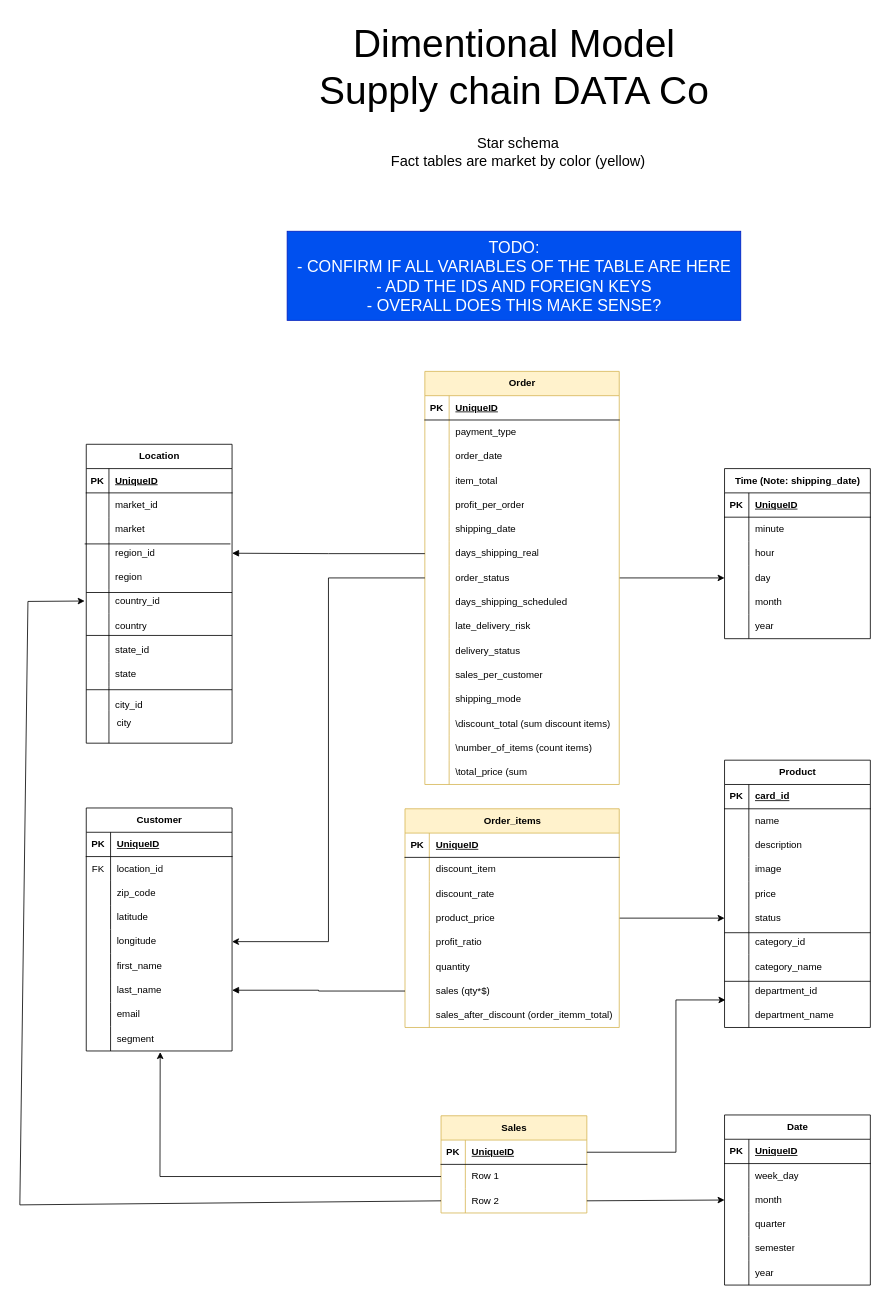
Earlier version of the draw.io diagram Model-designs/dimentional.drawio (crdsteixeira/DW_project). Source tidied: cells renumbered, new cells numbered last; positions are measured from the earlier drawing's top-left corner, leaving out a move shared by most shapes. Both pictures are drawn from the tidied source at 81%, with x=0, y=0 at pixel (19, 14).
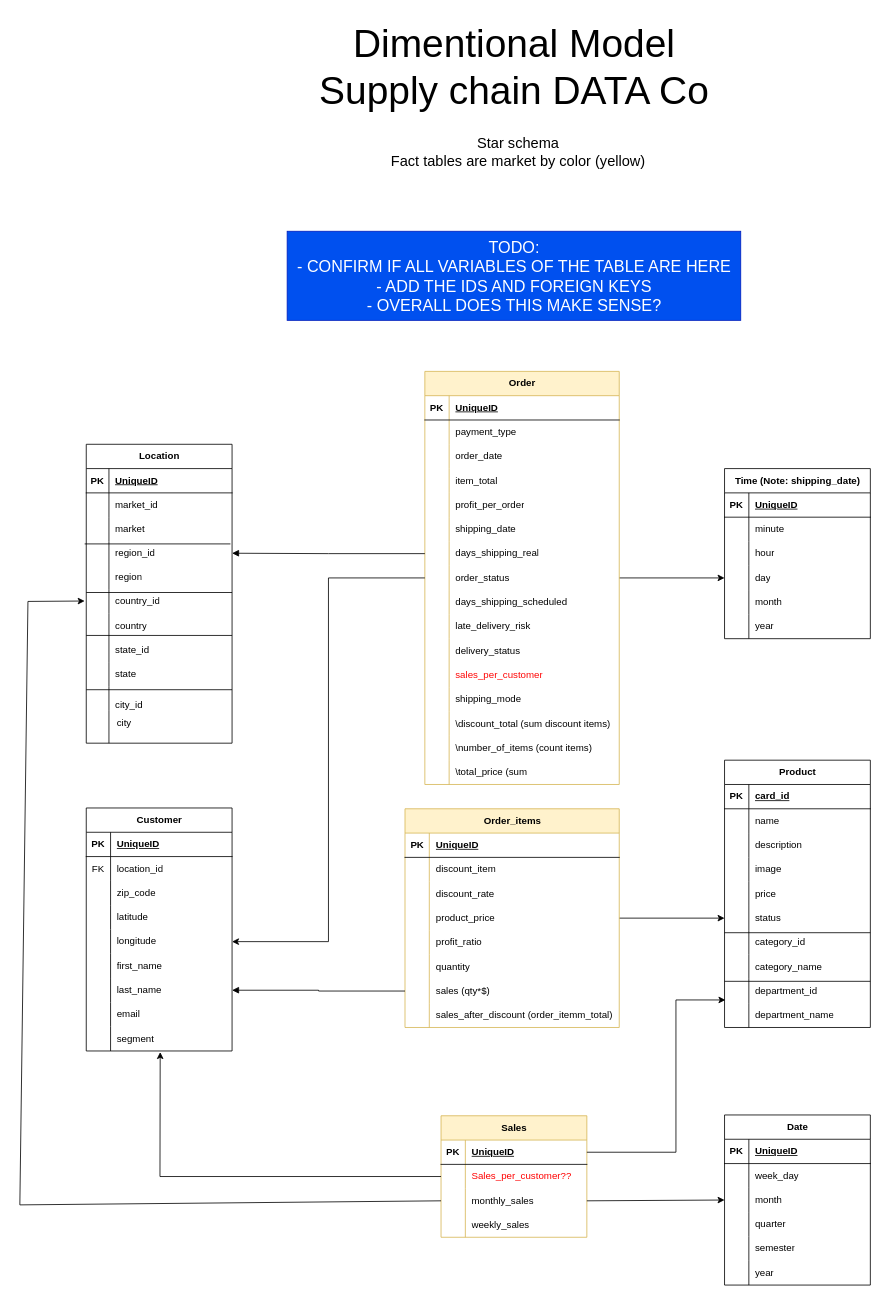
Above is the later version.

Unchanged cells that the change refers to:
```xml
<mxCell id="37" style="shape=tableRow;horizontal=0;startSize=0;swimlaneHead=0;swimlaneBody=0;fillColor=none;top=0;left=0;right=0;bottom=0;" parent="3" vertex="1">
  <mxGeometry y="360" width="240" height="30" as="geometry" />
</mxCell>
<mxCell id="82" style="shape=tableRow;horizontal=0;startSize=0;swimlaneHead=0;swimlaneBody=0;fillColor=none;points=[[0,0.5],[1,0.5]];portConstraint=eastwest;top=0;left=0;right=0;bottom=0;" parent="78" vertex="1">
  <mxGeometry y="60" width="180" height="30" as="geometry" />
</mxCell>
<mxCell id="85" style="shape=tableRow;horizontal=0;startSize=0;swimlaneHead=0;swimlaneBody=0;fillColor=none;points=[[0,0.5],[1,0.5]];portConstraint=eastwest;top=0;left=0;right=0;bottom=0;" parent="78" vertex="1">
  <mxGeometry y="90" width="180" height="30" as="geometry" />
</mxCell>
```

Change to the diagram source:
```diff
@@
-    <mxCell id="39" value="sales_per_customer" style="shape=partialRectangle;fillColor=none;top=0;left=0;bottom=0;right=0;align=left;spacingLeft=6;overflow=hidden;whiteSpace=wrap;html=1;" parent="37" vertex="1">
+    <mxCell id="39" value="&lt;font color=&quot;#ff0505&quot;&gt;sales_per_customer&lt;/font&gt;" style="shape=partialRectangle;fillColor=none;top=0;left=0;bottom=0;right=0;align=left;spacingLeft=6;overflow=hidden;whiteSpace=wrap;html=1;" parent="37" vertex="1">
       <mxGeometry x="30" width="210" height="30" as="geometry" />
     </mxCell>
@@
     <mxCell id="78" value="Sales" style="shape=table;startSize=30;childLayout=tableLayout;rowLines=0;fontStyle=1;align=center;html=1;fillColor=#fff2cc;strokeColor=#d6b656;" parent="1" vertex="1">
-      <mxGeometry x="520" y="1360" width="180" height="120" as="geometry" />
+      <mxGeometry x="520" y="1360" width="180" height="150" as="geometry" />
     </mxCell>
@@
-    <mxCell id="84" value="Row 1" style="shape=partialRectangle;fillColor=none;top=0;left=0;bottom=0;right=0;align=left;spacingLeft=6;overflow=hidden;whiteSpace=wrap;html=1;" parent="82" vertex="1">
+    <mxCell id="84" value="&lt;font color=&quot;#ff0000&quot;&gt;Sales_per_customer??&lt;/font&gt;" style="shape=partialRectangle;fillColor=none;top=0;left=0;bottom=0;right=0;align=left;spacingLeft=6;overflow=hidden;whiteSpace=wrap;html=1;" parent="82" vertex="1">
       <mxGeometry x="30" width="150" height="30" as="geometry" />
     </mxCell>
@@
-    <mxCell id="87" value="Row 2" style="shape=partialRectangle;fillColor=none;top=0;left=0;bottom=0;right=0;align=left;spacingLeft=6;overflow=hidden;whiteSpace=wrap;html=1;" parent="85" vertex="1">
+    <mxCell id="87" value="monthly_sales" style="shape=partialRectangle;fillColor=none;top=0;left=0;bottom=0;right=0;align=left;spacingLeft=6;overflow=hidden;whiteSpace=wrap;html=1;" parent="85" vertex="1">
       <mxGeometry x="30" width="150" height="30" as="geometry" />
     </mxCell>
+    <mxCell id="239" style="shape=tableRow;horizontal=0;startSize=0;swimlaneHead=0;swimlaneBody=0;fillColor=none;top=0;left=0;right=0;bottom=0;" parent="78" vertex="1">
+      <mxGeometry y="120" width="180" height="30" as="geometry" />
+    </mxCell>
+    <mxCell id="240" style="shape=partialRectangle;fillColor=none;top=0;left=0;bottom=0;right=0;overflow=hidden;whiteSpace=wrap;html=1;" parent="239" vertex="1">
+      <mxGeometry width="30" height="30" as="geometry" />
+    </mxCell>
+    <mxCell id="241" value="weekly_sales" style="shape=partialRectangle;fillColor=none;top=0;left=0;bottom=0;right=0;align=left;spacingLeft=6;overflow=hidden;whiteSpace=wrap;html=1;" parent="239" vertex="1">
+      <mxGeometry x="30" width="150" height="30" as="geometry" />
+    </mxCell>
```
